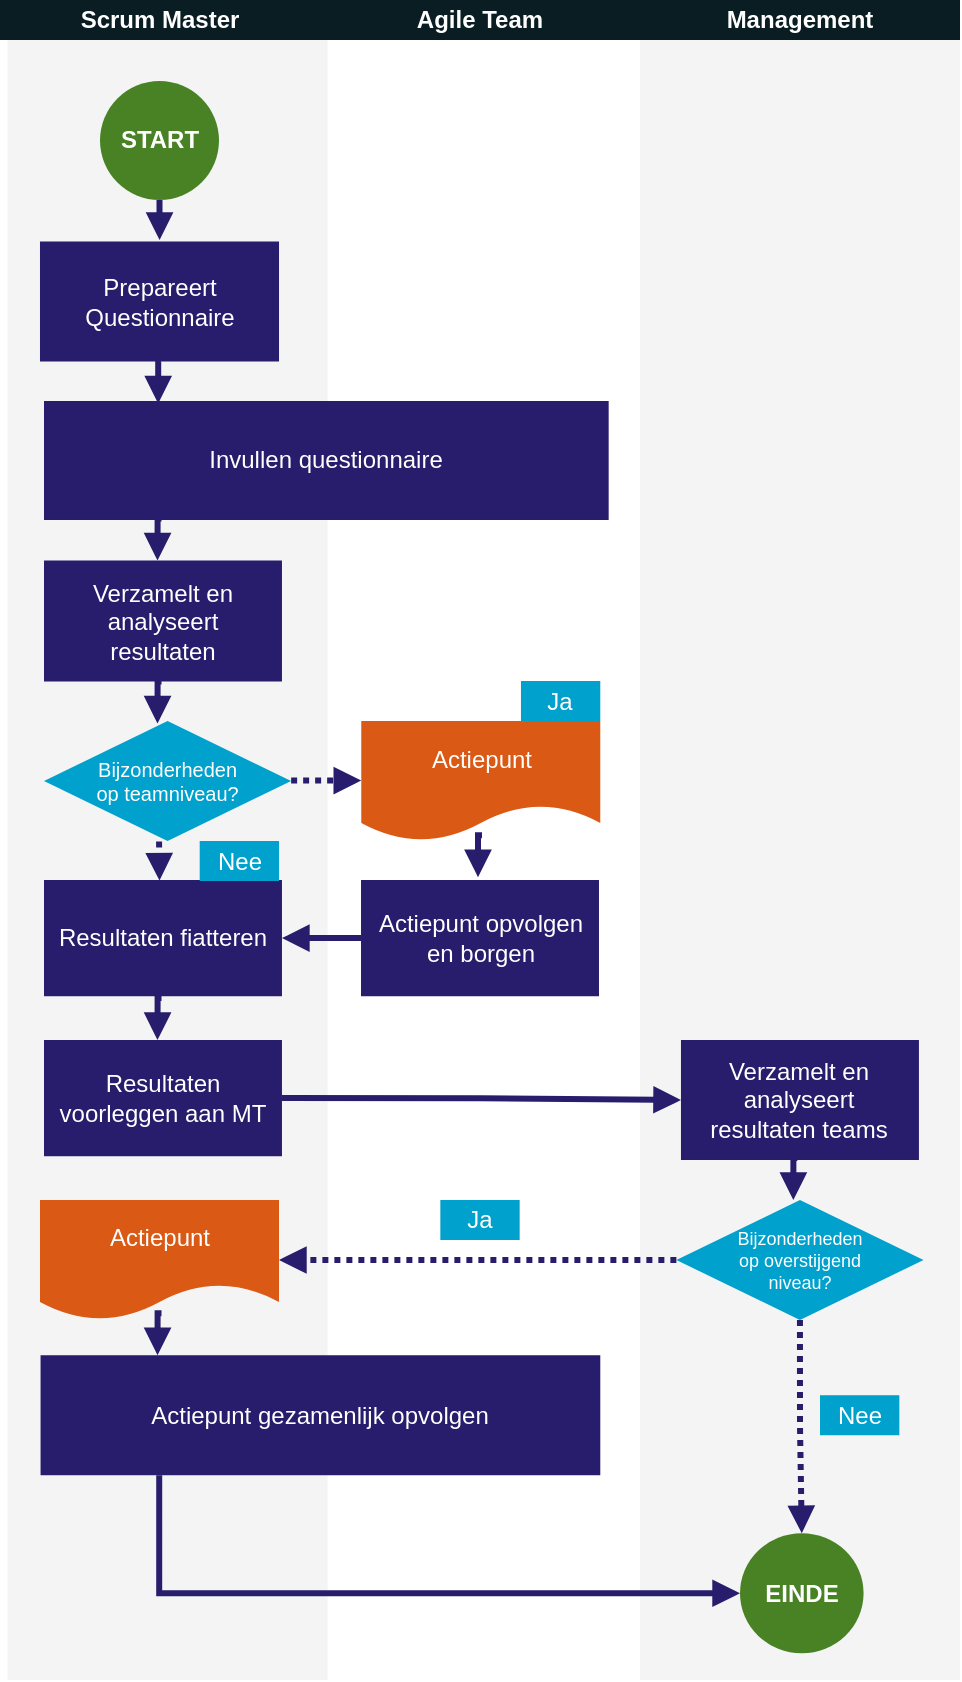
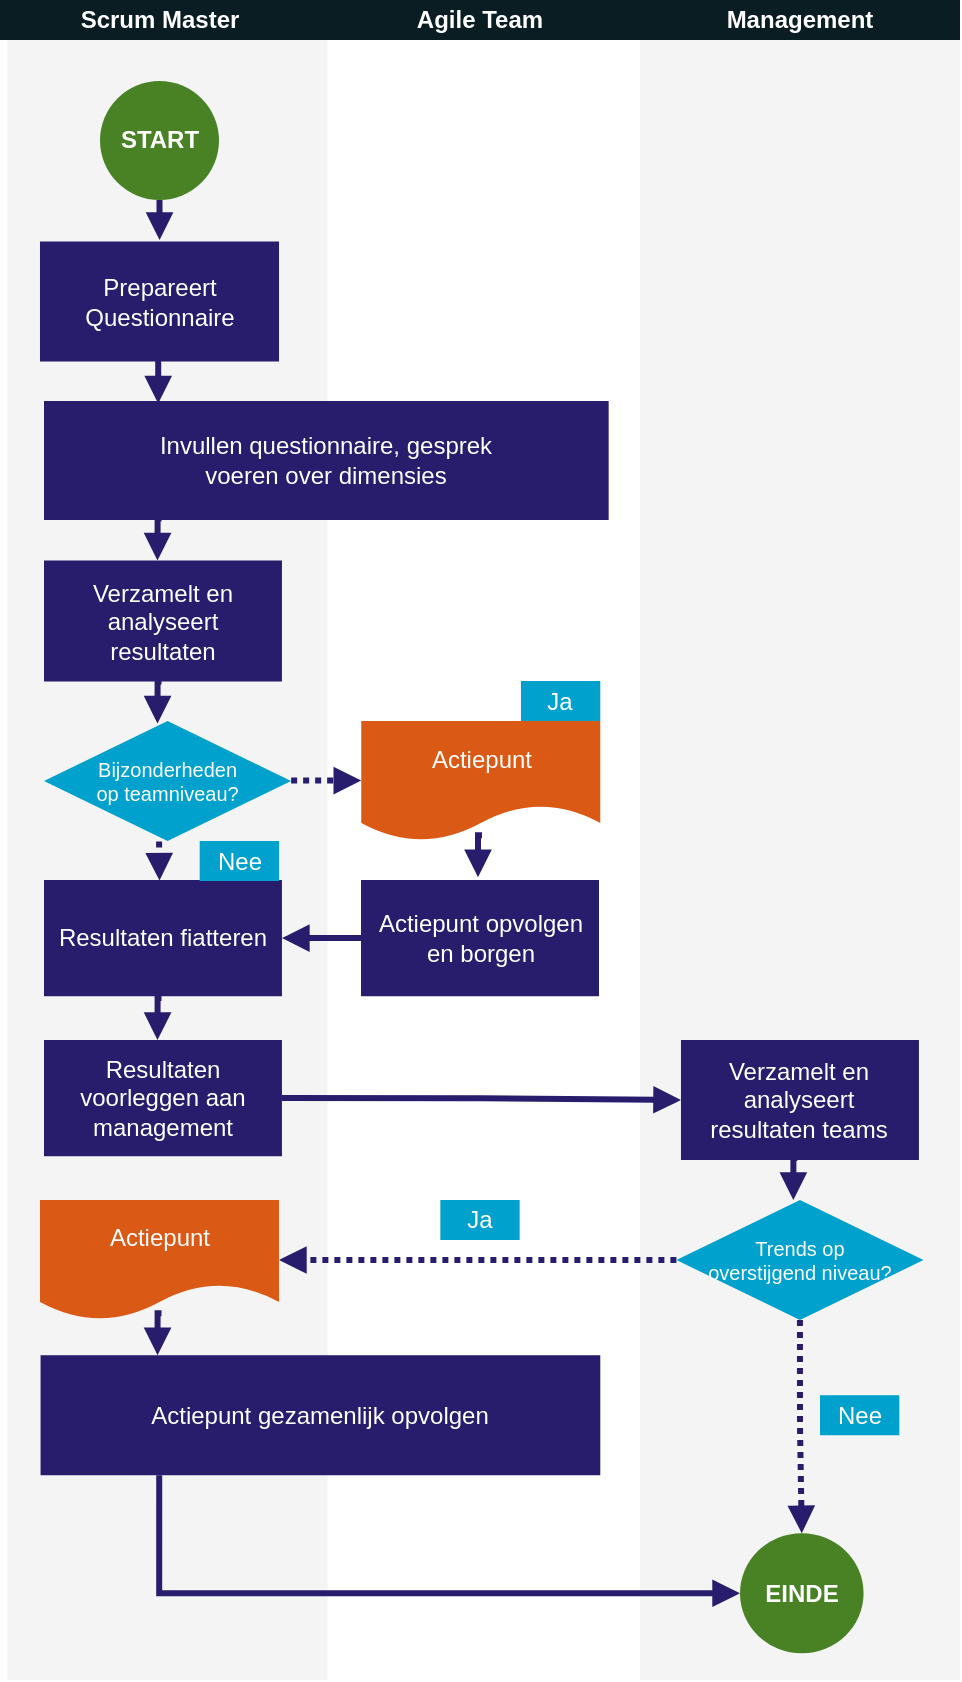
<mxfile host="app.diagrams.net" agent="Mozilla/5.0 (Windows NT 10.0; Win64; x64) AppleWebKit/537.36 (KHTML, like Gecko) Chrome/147.0.0.0 Safari/537.36" version="29.2.7">
  <diagram name="Page-1" id="8YR4XehvFtPluC4lOJML">
    <mxGraphModel dx="1056" dy="555" grid="1" gridSize="10" guides="1" tooltips="1" connect="1" arrows="1" fold="1" page="1" pageScale="1" pageWidth="1630" pageHeight="800" math="0" shadow="0">
      <root>
        <mxCell id="0" />
        <mxCell id="1" parent="0" />
        <mxCell id="TyIScYGrdLz4eEjOedrv-2" parent="1" style="rounded=0;whiteSpace=wrap;html=1;fillColor=#E9E9E9;strokeColor=none;opacity=50;" value="" vertex="1">
          <mxGeometry height="840" width="160" x="3.78" as="geometry" />
        </mxCell>
        <mxCell id="TyIScYGrdLz4eEjOedrv-3" parent="1" style="rounded=0;whiteSpace=wrap;html=1;fillColor=#E9E9E9;strokeColor=none;opacity=50;" value="" vertex="1">
          <mxGeometry height="840" width="160" x="320" as="geometry" />
        </mxCell>
        <mxCell id="TyIScYGrdLz4eEjOedrv-4" parent="1" style="rounded=0;whiteSpace=wrap;html=1;strokeColor=none;fillColor=#091D23;" value="&lt;font style=&quot;color: rgb(255, 255, 255);&quot;&gt;&lt;b&gt;Scrum Master&lt;/b&gt;&lt;/font&gt;" vertex="1">
          <mxGeometry height="20" width="160" as="geometry" />
        </mxCell>
        <mxCell id="TyIScYGrdLz4eEjOedrv-5" parent="1" style="rounded=0;whiteSpace=wrap;html=1;strokeColor=none;fillColor=#091D23;" value="&lt;font color=&quot;#ffffff&quot;&gt;&lt;b&gt;Agile Team&lt;/b&gt;&lt;/font&gt;" vertex="1">
          <mxGeometry height="20" width="160" x="160" as="geometry" />
        </mxCell>
        <mxCell id="TyIScYGrdLz4eEjOedrv-6" parent="1" style="rounded=0;whiteSpace=wrap;html=1;strokeColor=none;fillColor=#091D23;" value="&lt;font style=&quot;color: rgb(255, 255, 255);&quot;&gt;&lt;b&gt;Management&lt;/b&gt;&lt;/font&gt;" vertex="1">
          <mxGeometry height="20" width="160" x="320" as="geometry" />
        </mxCell>
        <mxCell id="TyIScYGrdLz4eEjOedrv-9" parent="1" style="whiteSpace=wrap;strokeColor=none;fillColor=#271D6C;shadow=0;fontColor=#FFFFFF;fontFamily=Helvetica;fontStyle=0;html=1;fontSize=12;spacing=6;verticalAlign=middle;fillStyle=auto;" value="Resultaten fiatteren" vertex="1">
          <mxGeometry height="58.12" width="118.98" x="22" y="440" as="geometry" />
        </mxCell>
        <mxCell id="TyIScYGrdLz4eEjOedrv-14" parent="1" style="whiteSpace=wrap;shadow=0;fontColor=#FFFFFF;fontFamily=Helvetica;fontStyle=0;html=1;fontSize=12;plain-purple;strokeColor=none;fillColor=#271D6C;gradientColor=none;spacing=6;verticalAlign=middle;" value="Verzamelt en analyseert resultaten" vertex="1">
          <mxGeometry height="60.5" width="118.97753679318359" x="22.000147172734387" y="280.25" as="geometry" />
        </mxCell>
        <mxCell id="TyIScYGrdLz4eEjOedrv-21" edge="1" parent="1" source="TyIScYGrdLz4eEjOedrv-79" style="edgeStyle=orthogonalEdgeStyle;rounded=0;orthogonalLoop=1;jettySize=auto;html=1;entryX=0.5;entryY=0;entryDx=0;entryDy=0;strokeWidth=3;dashed=1;dashPattern=1 1;strokeColor=#271D6C;endArrow=block;endFill=1;exitX=0.5;exitY=1;exitDx=0;exitDy=0;" target="TyIScYGrdLz4eEjOedrv-33">
          <mxGeometry relative="1" as="geometry">
            <mxPoint x="715.688768396592" y="767.6199999999999" as="targetPoint" />
          </mxGeometry>
        </mxCell>
        <mxCell id="TyIScYGrdLz4eEjOedrv-24" parent="1" style="shape=document;whiteSpace=wrap;verticalAlign=middle;strokeColor=none;fillColor=#DA5914;shadow=0;fontColor=#FFFFFF;fontFamily=Helvetica;fontStyle=0;html=1;fontSize=12;spacing=6;spacingBottom=22;" value="Actiepunt" vertex="1">
          <mxGeometry height="60" width="119.5" x="180.64" y="360.5" as="geometry" />
        </mxCell>
        <mxCell id="TyIScYGrdLz4eEjOedrv-25" parent="1" style="rounded=0;whiteSpace=wrap;html=1;fillColor=#00A1CD;fontColor=#FFFFFF;strokeColor=none;fontSize=12;" value="Ja" vertex="1">
          <mxGeometry height="20" width="39.65917893106119" x="220.17000000000002" y="599.9999999999999" as="geometry" />
        </mxCell>
        <mxCell id="TyIScYGrdLz4eEjOedrv-26" edge="1" parent="1" source="TyIScYGrdLz4eEjOedrv-27" style="edgeStyle=orthogonalEdgeStyle;rounded=0;orthogonalLoop=1;jettySize=auto;html=1;entryX=0;entryY=0.5;entryDx=0;entryDy=0;strokeWidth=3;strokeColor=#271D6C;endArrow=block;endFill=1;exitX=0.212;exitY=1;exitDx=0;exitDy=0;exitPerimeter=0;" target="TyIScYGrdLz4eEjOedrv-33">
          <mxGeometry relative="1" as="geometry">
            <mxPoint x="499.22" y="797.6199999999999" as="targetPoint" />
          </mxGeometry>
        </mxCell>
        <mxCell id="TyIScYGrdLz4eEjOedrv-27" parent="1" style="whiteSpace=wrap;strokeColor=none;fillColor=#271D6C;shadow=0;fontColor=#FFFFFF;fontFamily=Helvetica;fontStyle=0;html=1;fontSize=12;spacing=6;verticalAlign=middle;fillStyle=auto;" value="Actiepunt gezamenlijk opvolgen" vertex="1">
          <mxGeometry height="60" width="279.86" x="20.279999999999973" y="677.6199999999999" as="geometry" />
        </mxCell>
        <mxCell id="TyIScYGrdLz4eEjOedrv-57" edge="1" parent="1" source="TyIScYGrdLz4eEjOedrv-32" style="edgeStyle=orthogonalEdgeStyle;rounded=0;orthogonalLoop=1;jettySize=auto;html=1;exitX=0.5;exitY=1;exitDx=0;exitDy=0;strokeWidth=3;endArrow=block;endFill=1;strokeColor=#271D6C;" target="TyIScYGrdLz4eEjOedrv-46">
          <mxGeometry relative="1" as="geometry" />
        </mxCell>
        <mxCell id="TyIScYGrdLz4eEjOedrv-32" parent="1" style="ellipse;whiteSpace=wrap;html=1;aspect=fixed;fillColor=#488225;fontColor=#FFFFFF;strokeColor=none;" value="&lt;b&gt;START&lt;/b&gt;" vertex="1">
          <mxGeometry height="59.5" width="59.5" x="50" y="40.5" as="geometry" />
        </mxCell>
        <mxCell id="TyIScYGrdLz4eEjOedrv-33" parent="1" style="ellipse;whiteSpace=wrap;html=1;strokeColor=none;fillColor=#488225;fontColor=#FFFFFF;" value="&lt;b&gt;EINDE&lt;/b&gt;" vertex="1">
          <mxGeometry height="60" width="61.78" x="370.00000000000006" y="766.6199999999999" as="geometry" />
        </mxCell>
        <mxCell id="TyIScYGrdLz4eEjOedrv-34" parent="1" style="rounded=0;whiteSpace=wrap;html=1;fillColor=#00A1CD;fontColor=#FFFFFF;strokeColor=none;" value="Nee" vertex="1">
          <mxGeometry height="20" width="39.65917893106119" x="410" y="697.6199999999999" as="geometry" />
        </mxCell>
        <mxCell id="TyIScYGrdLz4eEjOedrv-40" parent="1" style="rounded=0;whiteSpace=wrap;html=1;fillColor=#00A1CD;fontColor=#FFFFFF;strokeColor=none;" value="Nee" vertex="1">
          <mxGeometry height="20" width="39.65917893106119" x="99.85000000000002" y="420.5" as="geometry" />
        </mxCell>
        <mxCell id="TyIScYGrdLz4eEjOedrv-46" parent="1" style="whiteSpace=wrap;strokeColor=none;fillColor=#271D6C;shadow=0;fontColor=#FFFFFF;fontFamily=Helvetica;fontStyle=0;html=1;fontSize=12;spacing=6;verticalAlign=middle;fillStyle=auto;" value="Prepareert Questionnaire" vertex="1">
          <mxGeometry height="60" width="119.52" x="19.990000000000002" y="120.75" as="geometry" />
        </mxCell>
-         <mxCell id="TyIScYGrdLz4eEjOedrv-48" parent="1" style="whiteSpace=wrap;strokeColor=none;fillColor=#271D6C;shadow=0;fontColor=#FFFFFF;fontFamily=Helvetica;fontStyle=0;html=1;fontSize=12;spacing=6;verticalAlign=middle;fillStyle=auto;" value="Invullen questionnaire" vertex="1">
+         <mxCell id="TyIScYGrdLz4eEjOedrv-48" parent="1" style="whiteSpace=wrap;strokeColor=none;fillColor=#271D6C;shadow=0;fontColor=#FFFFFF;fontFamily=Helvetica;fontStyle=0;html=1;fontSize=12;spacing=6;verticalAlign=middle;fillStyle=auto;" value="Invullen questionnaire, gesprek &lt;br&gt;voeren over dimensies" vertex="1">
          <mxGeometry height="59.5" width="282.33" x="21.99999999999997" y="200.5" as="geometry" />
        </mxCell>
        <mxCell id="TyIScYGrdLz4eEjOedrv-52" parent="1" style="rhombus;fillColor=#00A1CD;strokeColor=none;fontColor=#FFFFFF;fontSize=10;" value="Bijzonderheden &#xa;op teamniveau?" vertex="1">
          <mxGeometry height="60" width="123.57" x="22.00000000000003" y="360.5" as="geometry" />
        </mxCell>
        <mxCell id="TyIScYGrdLz4eEjOedrv-53" parent="1" style="rounded=0;whiteSpace=wrap;html=1;fillColor=#00A1CD;fontColor=#FFFFFF;strokeColor=none;" value="Ja" vertex="1">
          <mxGeometry height="20" width="39.65917893106119" x="260.48" y="340.5" as="geometry" />
        </mxCell>
        <mxCell id="TyIScYGrdLz4eEjOedrv-58" edge="1" parent="1" style="edgeStyle=orthogonalEdgeStyle;rounded=0;orthogonalLoop=1;jettySize=auto;html=1;exitX=0.5;exitY=1;exitDx=0;exitDy=0;entryX=0.2;entryY=0.021;entryDx=0;entryDy=0;entryPerimeter=0;strokeWidth=3;endArrow=block;endFill=1;strokeColor=#271D6C;">
          <mxGeometry relative="1" as="geometry">
            <Array as="points">
              <mxPoint x="79.64" y="181" />
            </Array>
            <mxPoint x="80.39" y="180.75" as="sourcePoint" />
            <mxPoint x="79.10600000000001" y="201.74950000000007" as="targetPoint" />
          </mxGeometry>
        </mxCell>
        <mxCell id="TyIScYGrdLz4eEjOedrv-59" edge="1" parent="1" style="edgeStyle=orthogonalEdgeStyle;rounded=0;orthogonalLoop=1;jettySize=auto;html=1;exitX=0.5;exitY=1;exitDx=0;exitDy=0;entryX=0.2;entryY=0.021;entryDx=0;entryDy=0;entryPerimeter=0;strokeWidth=3;endArrow=block;endFill=1;strokeColor=#271D6C;">
          <mxGeometry relative="1" as="geometry">
            <mxPoint x="80.75" y="259.25" as="sourcePoint" />
            <mxPoint x="78.75" y="280.25" as="targetPoint" />
          </mxGeometry>
        </mxCell>
        <mxCell id="TyIScYGrdLz4eEjOedrv-62" edge="1" parent="1" style="edgeStyle=orthogonalEdgeStyle;rounded=0;orthogonalLoop=1;jettySize=auto;html=1;exitX=0.5;exitY=1;exitDx=0;exitDy=0;entryX=0.2;entryY=0.021;entryDx=0;entryDy=0;entryPerimeter=0;strokeWidth=3;endArrow=block;endFill=1;strokeColor=#271D6C;">
          <mxGeometry relative="1" as="geometry">
            <mxPoint x="80.75" y="340.75" as="sourcePoint" />
            <mxPoint x="78.75" y="361.75" as="targetPoint" />
          </mxGeometry>
        </mxCell>
        <mxCell id="TyIScYGrdLz4eEjOedrv-64" edge="1" parent="1" style="edgeStyle=orthogonalEdgeStyle;rounded=0;orthogonalLoop=1;jettySize=auto;html=1;entryX=0;entryY=0.5;entryDx=0;entryDy=0;strokeWidth=3;dashed=1;dashPattern=1 1;strokeColor=#271D6C;endArrow=block;endFill=1;">
          <mxGeometry relative="1" as="geometry">
            <mxPoint x="145.57" y="390.25" as="sourcePoint" />
            <mxPoint x="180.57" y="391.25" as="targetPoint" />
          </mxGeometry>
        </mxCell>
        <mxCell id="TyIScYGrdLz4eEjOedrv-65" edge="1" parent="1" style="edgeStyle=orthogonalEdgeStyle;rounded=0;orthogonalLoop=1;jettySize=auto;html=1;strokeWidth=3;dashed=1;dashPattern=1 1;strokeColor=#271D6C;endArrow=block;endFill=1;exitX=0.5;exitY=1;exitDx=0;exitDy=0;">
          <mxGeometry relative="1" as="geometry">
            <mxPoint x="79.53499999999997" y="420.75" as="sourcePoint" />
            <mxPoint x="79.75" y="440.25" as="targetPoint" />
          </mxGeometry>
        </mxCell>
        <mxCell id="TyIScYGrdLz4eEjOedrv-70" edge="1" parent="1" style="edgeStyle=orthogonalEdgeStyle;rounded=0;orthogonalLoop=1;jettySize=auto;html=1;exitX=0.5;exitY=1;exitDx=0;exitDy=0;entryX=0.2;entryY=0.021;entryDx=0;entryDy=0;entryPerimeter=0;strokeWidth=3;endArrow=block;endFill=1;strokeColor=#271D6C;">
          <mxGeometry relative="1" as="geometry">
            <mxPoint x="241" y="417.62" as="sourcePoint" />
            <mxPoint x="239" y="438.62" as="targetPoint" />
          </mxGeometry>
        </mxCell>
        <mxCell id="TyIScYGrdLz4eEjOedrv-74" edge="1" parent="1" source="TyIScYGrdLz4eEjOedrv-73" style="edgeStyle=orthogonalEdgeStyle;rounded=0;orthogonalLoop=1;jettySize=auto;html=1;exitX=0;exitY=0.5;exitDx=0;exitDy=0;entryX=1;entryY=0.5;entryDx=0;entryDy=0;strokeWidth=3;endArrow=block;endFill=1;strokeColor=#271D6C;" target="TyIScYGrdLz4eEjOedrv-9">
          <mxGeometry relative="1" as="geometry" />
        </mxCell>
        <mxCell id="TyIScYGrdLz4eEjOedrv-73" parent="1" style="whiteSpace=wrap;strokeColor=none;fillColor=#271D6C;shadow=0;fontColor=#FFFFFF;fontFamily=Helvetica;fontStyle=0;html=1;fontSize=12;spacing=6;verticalAlign=middle;fillStyle=auto;" value="Actiepunt opvolgen en borgen" vertex="1">
          <mxGeometry height="58.12" width="118.98" x="180.51" y="440" as="geometry" />
        </mxCell>
        <mxCell id="TyIScYGrdLz4eEjOedrv-78" edge="1" parent="1" source="TyIScYGrdLz4eEjOedrv-75" style="edgeStyle=orthogonalEdgeStyle;rounded=0;orthogonalLoop=1;jettySize=auto;html=1;exitX=1;exitY=0.5;exitDx=0;exitDy=0;entryX=0;entryY=0.5;entryDx=0;entryDy=0;strokeWidth=3;strokeColor=#271D6C;endArrow=block;endFill=1;" target="TyIScYGrdLz4eEjOedrv-77">
          <mxGeometry relative="1" as="geometry" />
        </mxCell>
-         <mxCell id="TyIScYGrdLz4eEjOedrv-75" parent="1" style="whiteSpace=wrap;strokeColor=none;fillColor=#271D6C;shadow=0;fontColor=#FFFFFF;fontFamily=Helvetica;fontStyle=0;html=1;fontSize=12;spacing=6;verticalAlign=middle;fillStyle=auto;" value="Resultaten voorleggen aan MT" vertex="1">
+         <mxCell id="TyIScYGrdLz4eEjOedrv-75" parent="1" style="whiteSpace=wrap;strokeColor=none;fillColor=#271D6C;shadow=0;fontColor=#FFFFFF;fontFamily=Helvetica;fontStyle=0;html=1;fontSize=12;spacing=6;verticalAlign=middle;fillStyle=auto;" value="Resultaten voorleggen aan management" vertex="1">
          <mxGeometry height="58.12" width="118.98" x="22" y="520" as="geometry" />
        </mxCell>
        <mxCell id="TyIScYGrdLz4eEjOedrv-76" edge="1" parent="1" style="edgeStyle=orthogonalEdgeStyle;rounded=0;orthogonalLoop=1;jettySize=auto;html=1;exitX=0.5;exitY=1;exitDx=0;exitDy=0;entryX=0.2;entryY=0.021;entryDx=0;entryDy=0;entryPerimeter=0;strokeWidth=3;endArrow=block;endFill=1;strokeColor=#271D6C;">
          <mxGeometry relative="1" as="geometry">
            <mxPoint x="80.75" y="499" as="sourcePoint" />
            <mxPoint x="78.75" y="520" as="targetPoint" />
          </mxGeometry>
        </mxCell>
        <mxCell id="TyIScYGrdLz4eEjOedrv-77" parent="1" style="whiteSpace=wrap;shadow=0;fontColor=#FFFFFF;fontFamily=Helvetica;fontStyle=0;html=1;fontSize=12;plain-purple;strokeColor=none;fillColor=#271D6C;gradientColor=none;spacing=6;verticalAlign=middle;" value="Verzamelt en analyseert resultaten teams" vertex="1">
          <mxGeometry height="60" width="118.98" x="340.48" y="520" as="geometry" />
        </mxCell>
-         <mxCell id="TyIScYGrdLz4eEjOedrv-79" parent="1" style="rhombus;fillColor=#00A1CD;strokeColor=none;fontColor=#FFFFFF;fontSize=9;" value="Bijzonderheden &#xa;op overstijgend&#xa;niveau?" vertex="1">
+         <mxCell id="TyIScYGrdLz4eEjOedrv-79" parent="1" style="rhombus;fillColor=#00A1CD;strokeColor=none;fontColor=#FFFFFF;fontSize=10;" value="Trends op&#xa;overstijgend niveau?" vertex="1">
          <mxGeometry height="60" width="123.57" x="338.19" y="600" as="geometry" />
        </mxCell>
        <mxCell id="TyIScYGrdLz4eEjOedrv-80" edge="1" parent="1" style="edgeStyle=orthogonalEdgeStyle;rounded=0;orthogonalLoop=1;jettySize=auto;html=1;exitX=0.5;exitY=1;exitDx=0;exitDy=0;entryX=0.2;entryY=0.021;entryDx=0;entryDy=0;entryPerimeter=0;strokeWidth=3;endArrow=block;endFill=1;strokeColor=#271D6C;">
          <mxGeometry relative="1" as="geometry">
            <mxPoint x="398.68" y="579" as="sourcePoint" />
            <mxPoint x="396.68" y="600" as="targetPoint" />
          </mxGeometry>
        </mxCell>
        <mxCell id="TyIScYGrdLz4eEjOedrv-81" parent="1" style="shape=document;whiteSpace=wrap;verticalAlign=middle;strokeColor=none;fillColor=#DA5914;shadow=0;fontColor=#FFFFFF;fontFamily=Helvetica;fontStyle=0;html=1;fontSize=12;spacing=6;spacingBottom=22;" value="Actiepunt" vertex="1">
          <mxGeometry height="60" width="119.5" x="20" y="600" as="geometry" />
        </mxCell>
        <mxCell id="TyIScYGrdLz4eEjOedrv-82" edge="1" parent="1" source="TyIScYGrdLz4eEjOedrv-79" style="edgeStyle=orthogonalEdgeStyle;rounded=0;orthogonalLoop=1;jettySize=auto;html=1;exitX=0;exitY=0.5;exitDx=0;exitDy=0;entryX=1;entryY=0.5;entryDx=0;entryDy=0;strokeWidth=3;strokeColor=#271D6C;endArrow=block;endFill=1;dashed=1;dashPattern=1 1;" target="TyIScYGrdLz4eEjOedrv-81">
          <mxGeometry relative="1" as="geometry">
            <mxPoint x="300" y="600" as="sourcePoint" />
            <mxPoint x="499" y="601" as="targetPoint" />
          </mxGeometry>
        </mxCell>
        <mxCell id="TyIScYGrdLz4eEjOedrv-83" edge="1" parent="1" style="edgeStyle=orthogonalEdgeStyle;rounded=0;orthogonalLoop=1;jettySize=auto;html=1;exitX=0.5;exitY=1;exitDx=0;exitDy=0;entryX=0.2;entryY=0.021;entryDx=0;entryDy=0;entryPerimeter=0;strokeWidth=3;endArrow=block;endFill=1;strokeColor=#271D6C;">
          <mxGeometry relative="1" as="geometry">
            <mxPoint x="80.75" y="656.62" as="sourcePoint" />
            <mxPoint x="78.75" y="677.62" as="targetPoint" />
          </mxGeometry>
        </mxCell>
      </root>
    </mxGraphModel>
  </diagram>
</mxfile>
